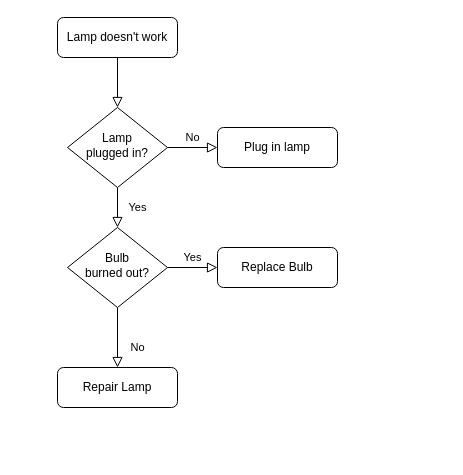
Above: 제목 없는 다이어그램.drawio in nilbace/OhmokDevTestProject (draw.io), before the change. Source tidied: cells renumbered, new cells numbered last; positions are measured from the earlier drawing's top-left corner, leaving out a move shared by most shapes. Both pictures are drawn from the tidied source at 100%, with x=0, y=0 at pixel (57, 17).
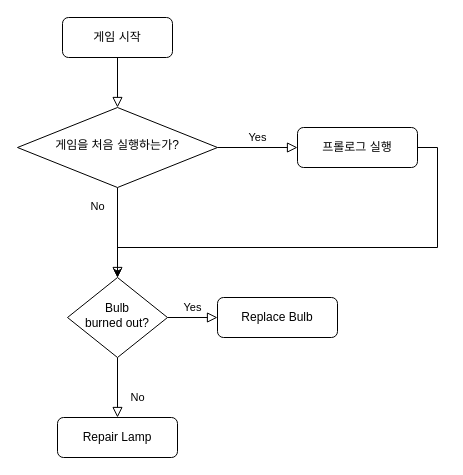
The same diagram, later.

Commit message (it also covers changes not shown here):
제목 없는 다이어그램.drawio 업데이트

The edit, as a diff of the source:
```diff
@@
 <mxGraphModel>
   <root>
     <mxCell id="0" />
     <mxCell id="1" parent="0" />
     <mxCell id="2" style="rounded=0;html=1;jettySize=auto;fontSize=11;endArrow=block;endFill=0;endSize=8;strokeWidth=1;shadow=0;labelBackgroundColor=none;edgeStyle=orthogonalEdgeStyle;" parent="1" edge="1" source="3" target="6">
       <mxGeometry relative="1" as="geometry" />
     </mxCell>
-    <mxCell id="3" value="Lamp doesn't work" style="rounded=1;whiteSpace=wrap;html=1;fontSize=12;glass=0;strokeWidth=1;shadow=0;" parent="1" vertex="1">
-      <mxGeometry width="120" height="40" as="geometry" />
+    <mxCell id="3" value="게임 시작" style="rounded=1;whiteSpace=wrap;html=1;fontSize=12;glass=0;strokeWidth=1;shadow=0;" parent="1" vertex="1">
+      <mxGeometry x="5" width="110" height="40" as="geometry" />
     </mxCell>
-    <mxCell id="4" value="Yes" style="rounded=0;html=1;jettySize=auto;fontSize=11;endArrow=block;endFill=0;endSize=8;strokeWidth=1;shadow=0;labelBackgroundColor=none;edgeStyle=orthogonalEdgeStyle;" parent="1" edge="1" source="6" target="10">
-      <mxGeometry y="20" relative="1" as="geometry" />
+    <mxCell id="4" value="No" style="rounded=0;html=1;jettySize=auto;fontSize=11;endArrow=block;endFill=0;endSize=8;strokeWidth=1;shadow=0;labelBackgroundColor=none;edgeStyle=orthogonalEdgeStyle;" parent="1" edge="1" source="6" target="10">
+      <mxGeometry x="-0.57" y="-20" relative="1" as="geometry" />
     </mxCell>
-    <mxCell id="5" value="No" style="edgeStyle=orthogonalEdgeStyle;rounded=0;html=1;jettySize=auto;fontSize=11;endArrow=block;endFill=0;endSize=8;strokeWidth=1;shadow=0;labelBackgroundColor=none;" parent="1" edge="1" source="6" target="7">
+    <mxCell id="5" value="Yes" style="edgeStyle=orthogonalEdgeStyle;rounded=0;html=1;jettySize=auto;fontSize=11;endArrow=block;endFill=0;endSize=8;strokeWidth=1;shadow=0;labelBackgroundColor=none;" parent="1" edge="1" source="6" target="7">
       <mxGeometry y="10" relative="1" as="geometry" />
     </mxCell>
-    <mxCell id="6" value="Lamp&lt;br&gt;plugged in?" style="rhombus;whiteSpace=wrap;html=1;shadow=0;fontFamily=Helvetica;fontSize=12;align=center;strokeWidth=1;spacing=6;spacingTop=-4;" parent="1" vertex="1">
-      <mxGeometry x="10" y="90" width="100" height="80" as="geometry" />
+    <mxCell id="6" value="게임을 처음 실행하는가?" style="rhombus;whiteSpace=wrap;html=1;shadow=0;fontFamily=Helvetica;fontSize=12;align=center;strokeWidth=1;spacing=6;spacingTop=-4;" parent="1" vertex="1">
+      <mxGeometry x="-40" y="90" width="200" height="80" as="geometry" />
     </mxCell>
+    <mxCell id="13" style="edgeStyle=orthogonalEdgeStyle;rounded=0;hachureGap=4;jettySize=auto;html=1;exitX=1;exitY=0.5;exitDx=0;exitDy=0;fontFamily=Architects Daughter;fontSize=16;" parent="1" edge="1" source="7" target="10">
+      <mxGeometry relative="1" as="geometry">
+        <Array as="points">
+          <mxPoint x="380" y="130" />
+          <mxPoint x="380" y="230" />
+          <mxPoint x="60" y="230" />
+        </Array>
+      </mxGeometry>
+    </mxCell>
-    <mxCell id="7" value="Plug in lamp" style="rounded=1;whiteSpace=wrap;html=1;fontSize=12;glass=0;strokeWidth=1;shadow=0;" parent="1" vertex="1">
-      <mxGeometry x="160" y="110" width="120" height="40" as="geometry" />
+    <mxCell id="7" value="프롤로그 실행" style="rounded=1;whiteSpace=wrap;html=1;fontSize=12;glass=0;strokeWidth=1;shadow=0;" parent="1" vertex="1">
+      <mxGeometry x="240" y="110" width="120" height="40" as="geometry" />
     </mxCell>
     <mxCell id="8" value="No" style="rounded=0;html=1;jettySize=auto;fontSize=11;endArrow=block;endFill=0;endSize=8;strokeWidth=1;shadow=0;labelBackgroundColor=none;edgeStyle=orthogonalEdgeStyle;" parent="1" edge="1" source="10" target="11">
       <mxGeometry x="0.33" y="20" relative="1" as="geometry" />
     </mxCell>
     <mxCell id="9" value="Yes" style="edgeStyle=orthogonalEdgeStyle;rounded=0;html=1;jettySize=auto;fontSize=11;endArrow=block;endFill=0;endSize=8;strokeWidth=1;shadow=0;labelBackgroundColor=none;" parent="1" edge="1" source="10" target="12">
       <mxGeometry y="10" relative="1" as="geometry" />
     </mxCell>
     <mxCell id="10" value="Bulb&lt;br&gt;burned out?" style="rhombus;whiteSpace=wrap;html=1;shadow=0;fontFamily=Helvetica;fontSize=12;align=center;strokeWidth=1;spacing=6;spacingTop=-4;" parent="1" vertex="1">
-      <mxGeometry x="10" y="210" width="100" height="80" as="geometry" />
+      <mxGeometry x="10" y="260" width="100" height="80" as="geometry" />
     </mxCell>
     <mxCell id="11" value="Repair Lamp" style="rounded=1;whiteSpace=wrap;html=1;fontSize=12;glass=0;strokeWidth=1;shadow=0;" parent="1" vertex="1">
-      <mxGeometry y="350" width="120" height="40" as="geometry" />
+      <mxGeometry y="400" width="120" height="40" as="geometry" />
     </mxCell>
     <mxCell id="12" value="Replace Bulb" style="rounded=1;whiteSpace=wrap;html=1;fontSize=12;glass=0;strokeWidth=1;shadow=0;" parent="1" vertex="1">
-      <mxGeometry x="160" y="230" width="120" height="40" as="geometry" />
+      <mxGeometry x="160" y="280" width="120" height="40" as="geometry" />
     </mxCell>
   </root>
 </mxGraphModel>
```
